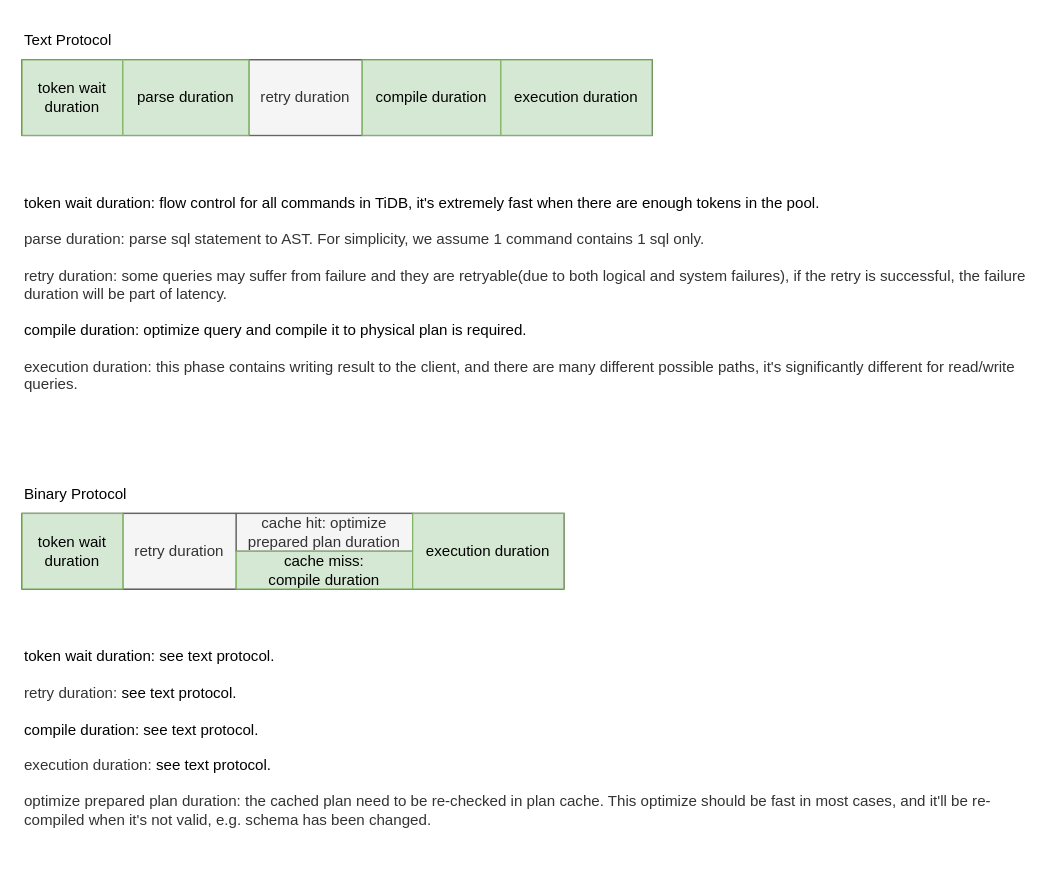
you06/performance-map keeps this draw.io diagram as src/tidb.drawio. Above is the earlier version. Source tidied: cells renumbered, new cells numbered last; positions are measured from the earlier drawing's top-left corner, leaving out a move shared by most shapes. Both pictures are drawn from the tidied source at 126%, with x=0, y=0 at pixel (21, 21).
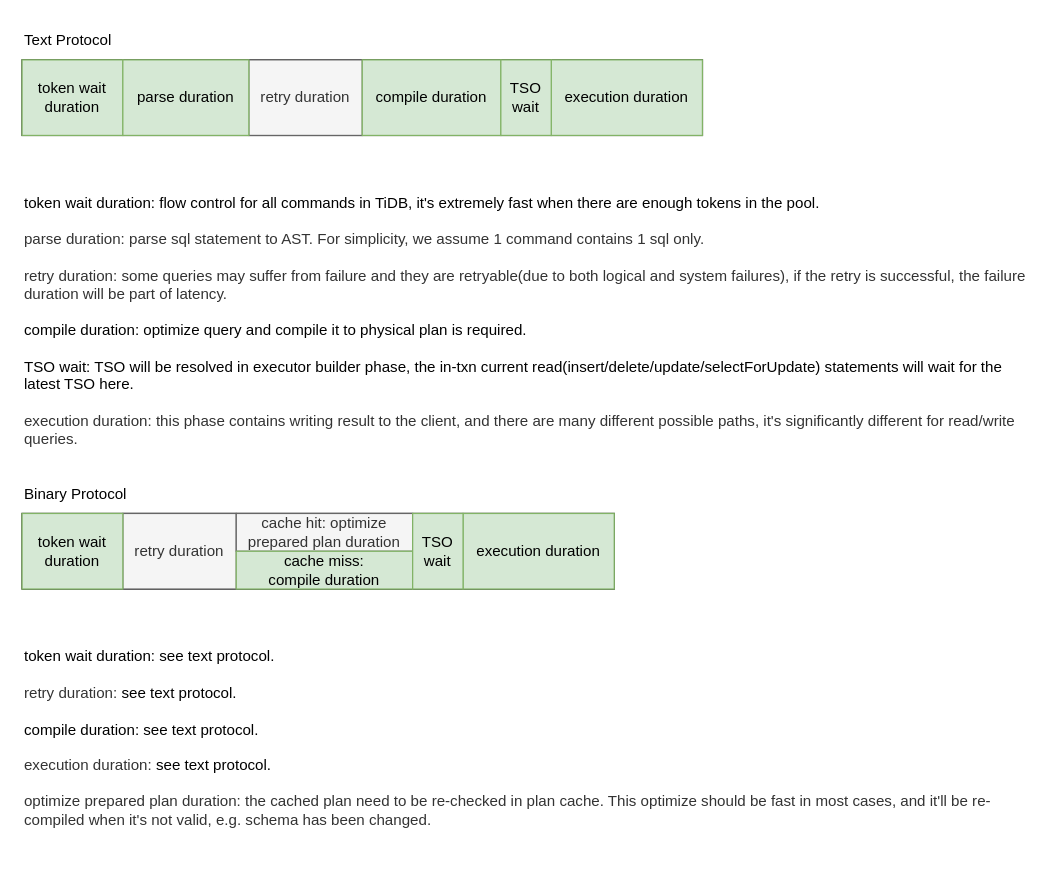
Above is the later version.

Commit message (it also covers changes not shown here):
add read path

The edit, as a diff of the source:
```diff
@@
 <mxGraphModel>
   <root>
     <mxCell id="0" />
     <mxCell id="1" parent="0" />
     <mxCell id="2" style="rounded=0;whiteSpace=wrap;html=1;" parent="1" vertex="1">
-      <mxGeometry y="30" width="500" height="60" as="geometry" />
+      <mxGeometry y="30" width="540" height="60" as="geometry" />
     </mxCell>
     <mxCell id="3" value="token wait duration" style="rounded=0;whiteSpace=wrap;html=1;fillColor=#d5e8d4;strokeColor=#82b366;" parent="1" vertex="1">
       <mxGeometry y="30" width="80" height="60" as="geometry" />
     </mxCell>
-    <mxCell id="4" value="&lt;span style=&quot;text-align: center;&quot;&gt;token wait duration: flow control for all commands in TiDB, it's extremely fast when there are enough tokens in the pool.&lt;br&gt;&lt;/span&gt;&lt;span style=&quot;color: rgb(51, 51, 51);&quot;&gt;&lt;br&gt;parse duration: parse sql statement to AST. For simplicity, we assume 1 command contains 1 sql only.&lt;br&gt;&lt;br&gt;retry duration: some queries may suffer from failure and they are retryable(due to both logical and system failures), if the retry is successful, the failure duration will be part of latency.&lt;br&gt;&lt;br&gt;&lt;/span&gt;&lt;span style=&quot;text-align: center;&quot;&gt;compile duration: optimize query and compile it to physical plan is required.&lt;br&gt;&lt;/span&gt;&lt;span style=&quot;color: rgb(51, 51, 51);&quot;&gt;&lt;br&gt;execution duration: this phase contains writing result to the client, and there are many different possible paths, it's significantly different for read/write queries.&lt;br&gt;&lt;/span&gt;" style="text;html=1;strokeColor=none;fillColor=none;align=left;verticalAlign=top;whiteSpace=wrap;rounded=0;" parent="1" vertex="1">
-      <mxGeometry y="130" width="800" height="180" as="geometry" />
+    <mxCell id="4" value="&lt;span style=&quot;text-align: center;&quot;&gt;token wait duration: flow control for all commands in TiDB, it's extremely fast when there are enough tokens in the pool.&lt;br&gt;&lt;/span&gt;&lt;span style=&quot;color: rgb(51, 51, 51);&quot;&gt;&lt;br&gt;parse duration: parse sql statement to AST. For simplicity, we assume 1 command contains 1 sql only.&lt;br&gt;&lt;br&gt;retry duration: some queries may suffer from failure and they are retryable(due to both logical and system failures), if the retry is successful, the failure duration will be part of latency.&lt;br&gt;&lt;br&gt;&lt;/span&gt;&lt;span style=&quot;text-align: center;&quot;&gt;compile duration: optimize query and compile it to physical plan is required.&lt;br&gt;&lt;br&gt;TSO wait: TSO will be resolved in executor builder phase, the in-txn current read(insert/delete/update/selectForUpdate) statements will wait for the latest TSO here.&lt;br&gt;&lt;/span&gt;&lt;span style=&quot;color: rgb(51, 51, 51);&quot;&gt;&lt;br&gt;execution duration: this phase contains writing result to the client, and there are many different possible paths, it's significantly different for read/write queries.&lt;br&gt;&lt;/span&gt;" style="text;html=1;strokeColor=none;fillColor=none;align=left;verticalAlign=top;whiteSpace=wrap;rounded=0;" parent="1" vertex="1">
+      <mxGeometry y="130" width="800" height="210" as="geometry" />
     </mxCell>
     <mxCell id="5" style="rounded=0;whiteSpace=wrap;html=1;" parent="1" vertex="1">
-      <mxGeometry y="390" width="430" height="60" as="geometry" />
+      <mxGeometry y="390" width="470" height="60" as="geometry" />
     </mxCell>
     <mxCell id="6" value="Binary Protocol" style="text;html=1;strokeColor=none;fillColor=none;align=left;verticalAlign=middle;whiteSpace=wrap;rounded=0;" parent="1" vertex="1">
       <mxGeometry y="360" width="190" height="30" as="geometry" />
     </mxCell>
     <mxCell id="7" value="Text Protocol" style="text;html=1;strokeColor=none;fillColor=none;align=left;verticalAlign=middle;whiteSpace=wrap;rounded=0;" parent="1" vertex="1">
       <mxGeometry width="190" height="30" as="geometry" />
     </mxCell>
     <mxCell id="8" value="retry duration" style="rounded=0;whiteSpace=wrap;html=1;fillColor=#f5f5f5;fontColor=#333333;strokeColor=#666666;" parent="1" vertex="1">
       <mxGeometry x="180" y="30" width="90" height="60" as="geometry" />
     </mxCell>
     <mxCell id="9" value="parse duration" style="rounded=0;whiteSpace=wrap;html=1;fillColor=#d5e8d4;strokeColor=#82b366;" parent="1" vertex="1">
       <mxGeometry x="80" y="30" width="100" height="60" as="geometry" />
     </mxCell>
     <mxCell id="10" value="compile duration" style="rounded=0;whiteSpace=wrap;html=1;fillColor=#d5e8d4;strokeColor=#82b366;" parent="1" vertex="1">
       <mxGeometry x="270" y="30" width="110" height="60" as="geometry" />
     </mxCell>
     <mxCell id="11" value="execution duration" style="rounded=0;whiteSpace=wrap;html=1;fillColor=#d5e8d4;strokeColor=#82b366;" parent="1" vertex="1">
-      <mxGeometry x="380" y="30" width="120" height="60" as="geometry" />
+      <mxGeometry x="420" y="30" width="120" height="60" as="geometry" />
     </mxCell>
     <mxCell id="12" value="retry duration" style="rounded=0;whiteSpace=wrap;html=1;fillColor=#f5f5f5;fontColor=#333333;strokeColor=#666666;" parent="1" vertex="1">
       <mxGeometry x="80" y="390" width="90" height="60" as="geometry" />
     </mxCell>
     <mxCell id="13" value="token wait duration" style="rounded=0;whiteSpace=wrap;html=1;fillColor=#d5e8d4;strokeColor=#82b366;" parent="1" vertex="1">
       <mxGeometry y="390" width="80" height="60" as="geometry" />
     </mxCell>
     <mxCell id="14" value="cache hit: optimize prepared plan duration" style="rounded=0;whiteSpace=wrap;html=1;fillColor=#f5f5f5;fontColor=#333333;strokeColor=#666666;" parent="1" vertex="1">
       <mxGeometry x="170" y="390" width="140" height="30" as="geometry" />
     </mxCell>
     <mxCell id="15" value="cache miss:&lt;br&gt;compile duration" style="rounded=0;whiteSpace=wrap;html=1;fillColor=#d5e8d4;strokeColor=#82b366;" parent="1" vertex="1">
       <mxGeometry x="170" y="420" width="140" height="30" as="geometry" />
     </mxCell>
     <mxCell id="16" value="execution duration" style="rounded=0;whiteSpace=wrap;html=1;fillColor=#d5e8d4;strokeColor=#82b366;" parent="1" vertex="1">
-      <mxGeometry x="310" y="390" width="120" height="60" as="geometry" />
+      <mxGeometry x="350" y="390" width="120" height="60" as="geometry" />
     </mxCell>
     <mxCell id="17" value="&lt;span style=&quot;text-align: center;&quot;&gt;token wait duration: see text protocol.&lt;/span&gt;&lt;span style=&quot;color: rgb(51, 51, 51);&quot;&gt;&lt;br&gt;&lt;br&gt;retry duration:&amp;nbsp;&lt;/span&gt;&lt;span style=&quot;text-align: center;&quot;&gt;see text protocol.&lt;/span&gt;&lt;span style=&quot;color: rgb(51, 51, 51);&quot;&gt;&lt;br&gt;&lt;br&gt;&lt;/span&gt;&lt;span style=&quot;text-align: center;&quot;&gt;compile duration:&amp;nbsp;&lt;/span&gt;&lt;span style=&quot;text-align: center;&quot;&gt;see text protocol.&lt;/span&gt;&lt;span style=&quot;text-align: center;&quot;&gt;&lt;br&gt;&lt;/span&gt;&lt;span style=&quot;color: rgb(51, 51, 51);&quot;&gt;&lt;br&gt;execution duration:&amp;nbsp;&lt;/span&gt;&lt;span style=&quot;text-align: center;&quot;&gt;see text protocol.&lt;br&gt;&lt;/span&gt;&lt;span style=&quot;color: rgb(51, 51, 51);&quot;&gt;&lt;br&gt;&lt;/span&gt;&lt;span style=&quot;color: rgb(51, 51, 51); text-align: center;&quot;&gt;optimize prepared plan duration: the cached plan need to be re-checked in plan cache. This optimize should be fast in most cases, and it'll be re-compiled when it's not valid, e.g. schema has been changed.&lt;/span&gt;&lt;span style=&quot;color: rgb(51, 51, 51);&quot;&gt;&lt;br&gt;&lt;/span&gt;" style="text;html=1;strokeColor=none;fillColor=none;align=left;verticalAlign=top;whiteSpace=wrap;rounded=0;" parent="1" vertex="1">
       <mxGeometry y="490" width="800" height="180" as="geometry" />
     </mxCell>
+    <mxCell id="18" value="TSO&lt;br&gt;wait" style="rounded=0;whiteSpace=wrap;html=1;fillColor=#d5e8d4;strokeColor=#82b366;" parent="1" vertex="1">
+      <mxGeometry x="380" y="30" width="40" height="60" as="geometry" />
+    </mxCell>
+    <mxCell id="19" value="TSO&lt;br&gt;wait" style="rounded=0;whiteSpace=wrap;html=1;fillColor=#d5e8d4;strokeColor=#82b366;" parent="1" vertex="1">
+      <mxGeometry x="310" y="390" width="40" height="60" as="geometry" />
+    </mxCell>
   </root>
 </mxGraphModel>
```
